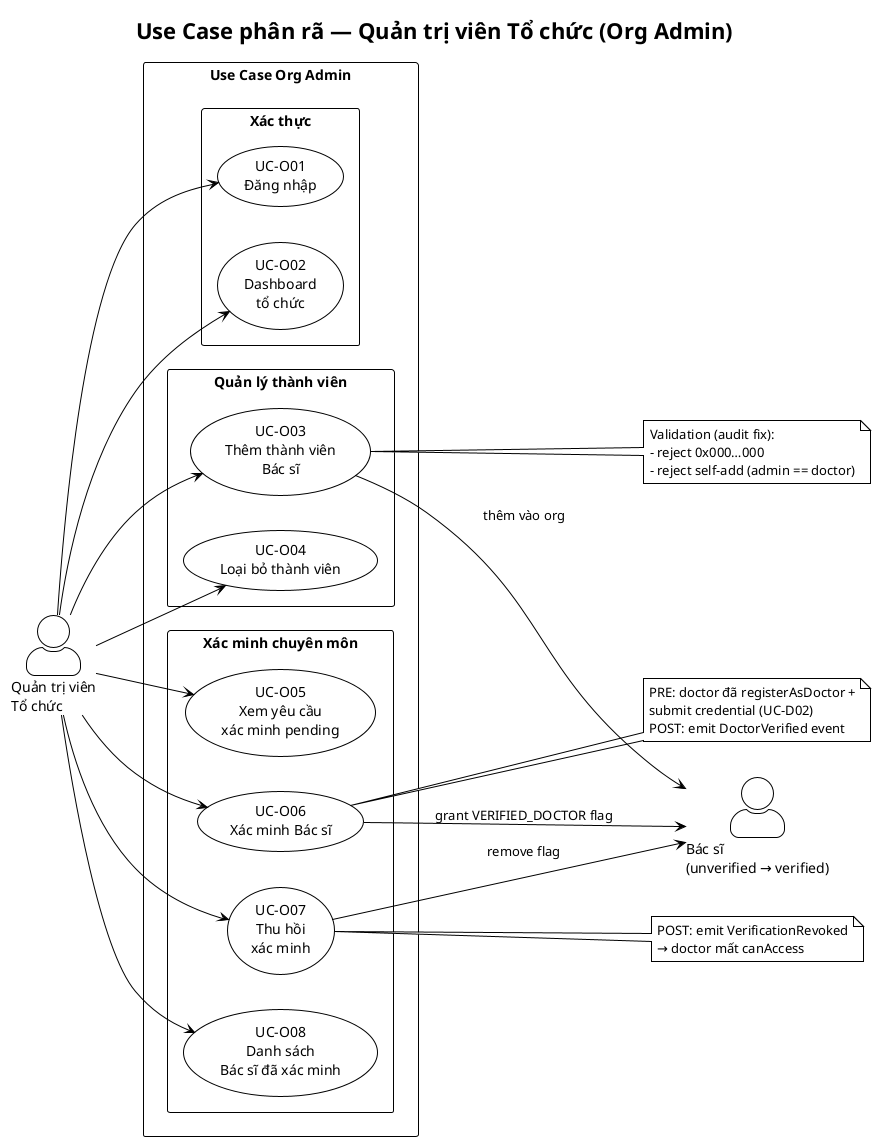
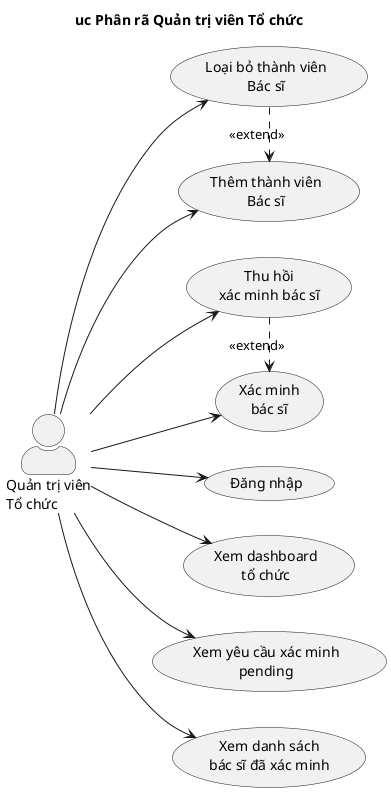
- @startuml usecase-org
- !theme plain
+ @startuml uc-to-chuc
+ title uc Phân rã Quản trị viên Tổ chức
left to right direction
skinparam packageStyle rectangle
skinparam actorStyle awesome
- title Use Case phân rã — Quản trị viên Tổ chức (Org Admin)

actor "Quản trị viên\nTổ chức" as OrgAdmin
- actor "Bác sĩ\n(unverified → verified)" as Doctor

- rectangle "Use Case Org Admin" {
+ usecase "Đăng nhập" as UC_Login
+ usecase "Xem dashboard\ntổ chức" as UC_Dashboard

-   package "Xác thực" {
-     usecase "UC-O01\nĐăng nhập" as UCO01
-     usecase "UC-O02\nDashboard\ntổ chức" as UCO02
-   }
+ usecase "Thêm thành viên\nBác sĩ" as UC_AddMember
+ usecase "Loại bỏ thành viên\nBác sĩ" as UC_RemoveMember

-   package "Quản lý thành viên" {
-     usecase "UC-O03\nThêm thành viên\nBác sĩ" as UCO03
-     usecase "UC-O04\nLoại bỏ thành viên" as UCO04
-   }
+ usecase "Xem yêu cầu xác minh\npending" as UC_Pending
+ usecase "Xác minh\nbác sĩ" as UC_Verify
+ usecase "Thu hồi\nxác minh bác sĩ" as UC_RevokeVerify
+ usecase "Xem danh sách\nbác sĩ đã xác minh" as UC_VerifiedList

-   package "Xác minh chuyên môn" {
-     usecase "UC-O05\nXem yêu cầu\nxác minh pending" as UCO05
-     usecase "UC-O06\nXác minh Bác sĩ" as UCO06
-     usecase "UC-O07\nThu hồi\nxác minh" as UCO07
-     usecase "UC-O08\nDanh sách\nBác sĩ đã xác minh" as UCO08
-   }
- }
+ OrgAdmin --> UC_Login
+ OrgAdmin --> UC_Dashboard
+ OrgAdmin --> UC_AddMember
+ OrgAdmin --> UC_RemoveMember
+ OrgAdmin --> UC_Pending
+ OrgAdmin --> UC_Verify
+ OrgAdmin --> UC_RevokeVerify
+ OrgAdmin --> UC_VerifiedList

- OrgAdmin --> UCO01
- OrgAdmin --> UCO02
- OrgAdmin --> UCO03
- OrgAdmin --> UCO04
- OrgAdmin --> UCO05
- OrgAdmin --> UCO06
- OrgAdmin --> UCO07
- OrgAdmin --> UCO08
- 
- UCO03 --> Doctor : thêm vào org
- UCO06 --> Doctor : grant VERIFIED_DOCTOR flag
- UCO07 --> Doctor : remove flag
- 
- note right of UCO03
-   Validation (audit fix):
-   - reject 0x000…000
-   - reject self-add (admin == doctor)
- end note
- 
- note right of UCO06
-   PRE: doctor đã registerAsDoctor +
-   submit credential (UC-D02)
-   POST: emit DoctorVerified event
- end note
- 
- note right of UCO07
-   POST: emit VerificationRevoked
-   → doctor mất canAccess
- end note
+ UC_RemoveMember .> UC_AddMember : <<extend>>
+ UC_RevokeVerify .> UC_Verify : <<extend>>

@enduml
